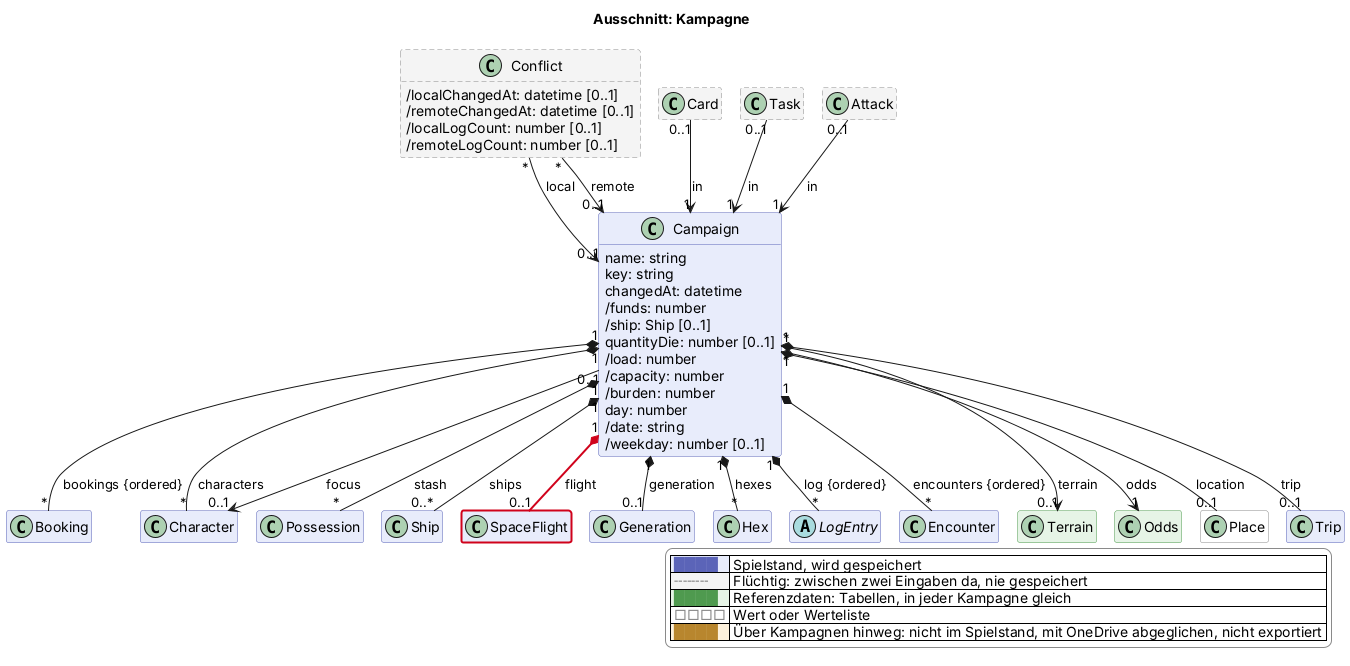
Above: docs/views/kampagne.png in scuzzar/SRE (PlantUML), before the change.
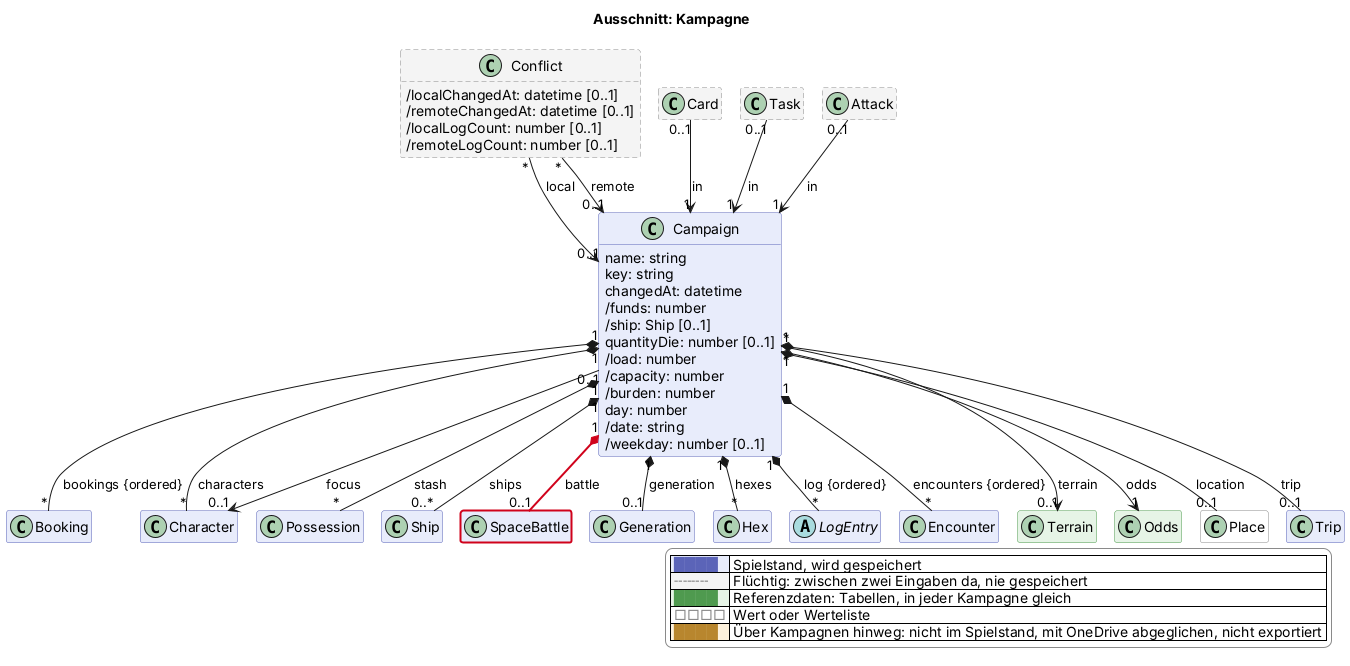
Above is the later version.

Change to the diagram source:
```diff
@@ -89,7 +89,7 @@
 
   class Ship $schiffe
 
-  class SpaceFlight $raum $newClass("2026-11-18")
+  class SpaceBattle $raum $newClass("2026-11-18")
 
   class Generation $erschaffung
 
@@ -125,7 +125,7 @@
 
 Campaign "1" *-- "0..*" Ship : ships
 
-Campaign "1" *-$newArrow("2026-11-18")- "0..1" SpaceFlight : flight
+Campaign "1" *-$newArrow("2026-11-18")- "0..1" SpaceBattle : battle
 
 
 Campaign "1" *-- "0..1" Generation : generation
```
